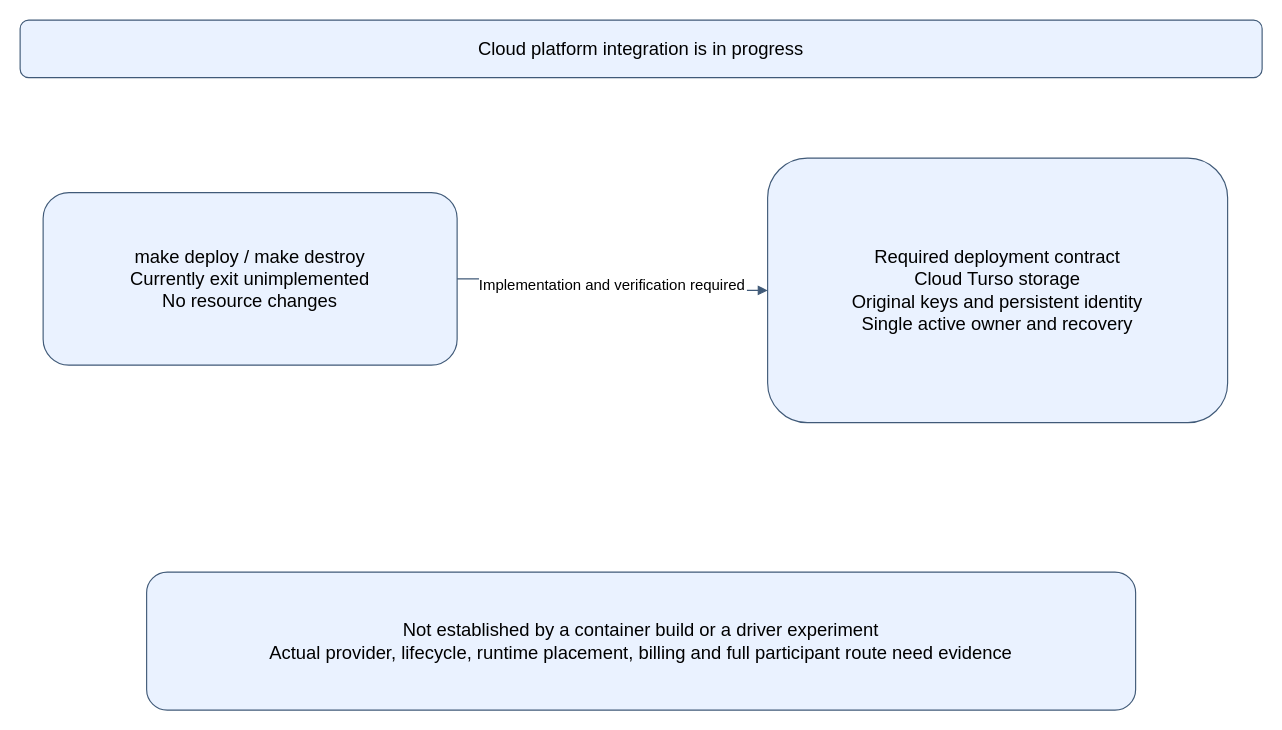
The draw.io diagram page "03 Cloud platform: incomplete" (3 of 3) of docs/architecture/diagrams/system-architecture.drawio in susumutomita/TenkaCloud, before the edit. Source tidied: cells renumbered, new cells numbered last; positions are measured from the earlier drawing's top-left corner, leaving out a move shared by most shapes. Both pictures are drawn from the tidied source at 115%, with x=0, y=0 at pixel (20, 20).
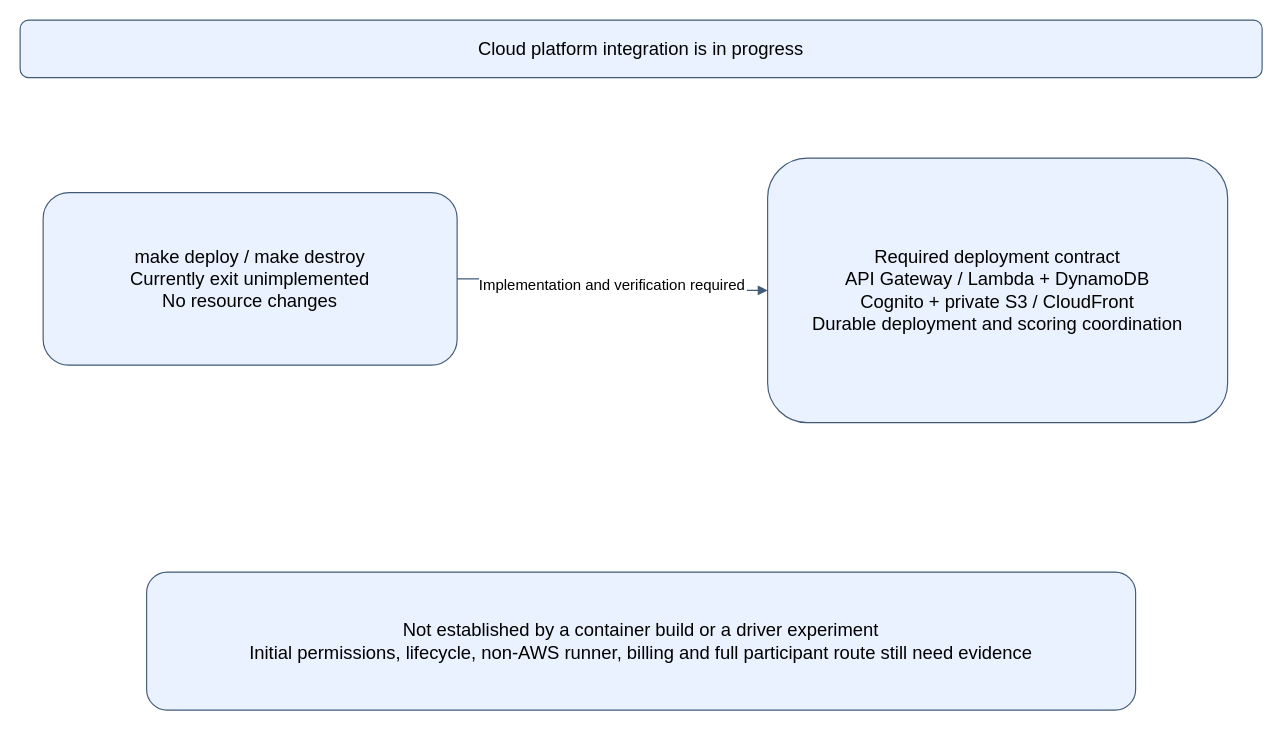
The same page after the edit.

The edit, as a diff of the source:
```diff
@@
 <mxGraphModel>
   <root>
     <mxCell id="0" />
     <mxCell id="1" parent="0" />
     <mxCell id="2" value="Cloud platform integration is in progress" style="rounded=1;whiteSpace=wrap;html=0;fillColor=#eaf2ff;strokeColor=#405a78;fontSize=16;" parent="1" vertex="1">
       <mxGeometry width="1080" height="50" as="geometry" />
     </mxCell>
     <mxCell id="3" value="make deploy / make destroy&#10;Currently exit unimplemented&#10;No resource changes" style="rounded=1;whiteSpace=wrap;html=0;fillColor=#eaf2ff;strokeColor=#405a78;fontSize=16;" parent="1" vertex="1">
       <mxGeometry x="20" y="150" width="360" height="150" as="geometry" />
     </mxCell>
-    <mxCell id="4" value="Required deployment contract&#10;Cloud Turso storage&#10;Original keys and persistent identity&#10;Single active owner and recovery" style="rounded=1;whiteSpace=wrap;html=0;fillColor=#eaf2ff;strokeColor=#405a78;fontSize=16;" parent="1" vertex="1">
+    <mxCell id="4" value="Required deployment contract&#10;API Gateway / Lambda + DynamoDB&#10;Cognito + private S3 / CloudFront&#10;Durable deployment and scoring coordination" style="rounded=1;whiteSpace=wrap;html=0;fillColor=#eaf2ff;strokeColor=#405a78;fontSize=16;" parent="1" vertex="1">
       <mxGeometry x="650" y="120" width="400" height="230" as="geometry" />
     </mxCell>
-    <mxCell id="5" value="Not established by a container build or a driver experiment&#10;Actual provider, lifecycle, runtime placement, billing and full participant route need evidence" style="rounded=1;whiteSpace=wrap;html=0;fillColor=#eaf2ff;strokeColor=#405a78;fontSize=16;" parent="1" vertex="1">
+    <mxCell id="5" value="Not established by a container build or a driver experiment&#10;Initial permissions, lifecycle, non-AWS runner, billing and full participant route still need evidence" style="rounded=1;whiteSpace=wrap;html=0;fillColor=#eaf2ff;strokeColor=#405a78;fontSize=16;" parent="1" vertex="1">
       <mxGeometry x="110" y="480" width="860" height="120" as="geometry" />
     </mxCell>
     <mxCell id="6" value="Implementation and verification required" style="edgeStyle=orthogonalEdgeStyle;rounded=0;endArrow=block;html=0;strokeColor=#405a78;fontSize=13;" parent="1" edge="1" source="3" target="4">
       <mxGeometry relative="1" as="geometry" />
     </mxCell>
   </root>
 </mxGraphModel>
```
